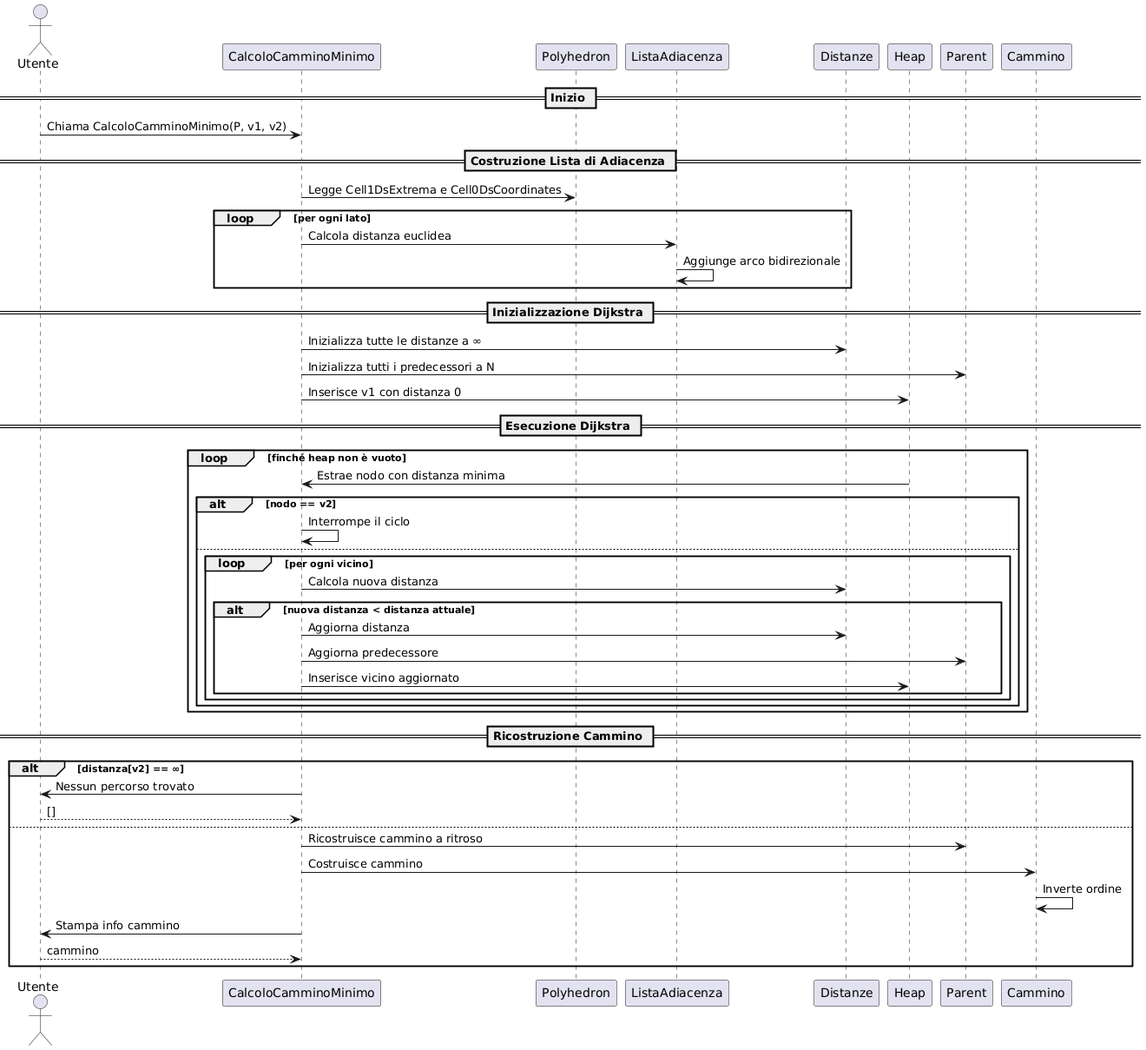
Above: Documentazione/CalcoloCamminoMinimo_sequence_diagram.png in Simona-sq/ProgettoPCS2025 (PlantUML), before the change.
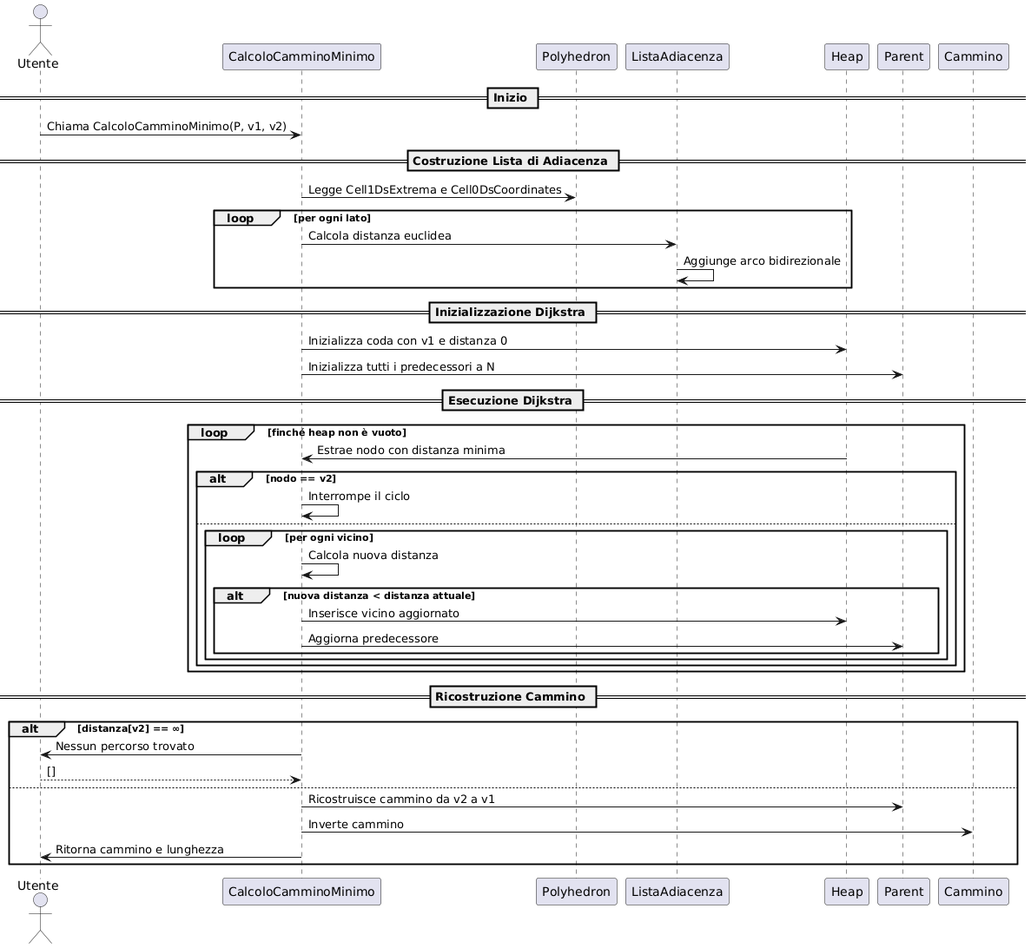
Later version of the same file.

Diff of the diagram source:
```diff
@@ -3,7 +3,6 @@
 participant "CalcoloCamminoMinimo" as CCM
 participant "Polyhedron" as P
 participant "ListaAdiacenza"
-participant "Distanze"
 participant "Heap"
 participant "Parent"
 participant "Cammino"
@@ -19,9 +18,8 @@
 end
 
 == Inizializzazione Dijkstra ==
-CCM -> Distanze : Inizializza tutte le distanze a ∞
+CCM -> Heap : Inizializza coda con v1 e distanza 0
 CCM -> Parent : Inizializza tutti i predecessori a N
-CCM -> Heap : Inserisce v1 con distanza 0
 
 == Esecuzione Dijkstra ==
 loop finché heap non è vuoto
@@ -31,11 +29,10 @@
         CCM -> CCM : Interrompe il ciclo
     else
         loop per ogni vicino
-            CCM -> Distanze : Calcola nuova distanza
+            CCM -> CCM : Calcola nuova distanza
             alt nuova distanza < distanza attuale
-                CCM -> Distanze : Aggiorna distanza
+                CCM -> Heap : Inserisce vicino aggiornato
                 CCM -> Parent : Aggiorna predecessore
-                CCM -> Heap : Inserisce vicino aggiornato
             end
         end
     end
@@ -46,10 +43,8 @@
     CCM -> User : Nessun percorso trovato
     return []
 else
-    CCM -> Parent : Ricostruisce cammino a ritroso
-    CCM -> Cammino : Costruisce cammino
-    Cammino -> Cammino : Inverte ordine
-    CCM -> User : Stampa info cammino
-    return cammino
+    CCM -> Parent : Ricostruisce cammino da v2 a v1
+    CCM -> Cammino : Inverte cammino
+    CCM -> User : Ritorna cammino e lunghezza
 end
 @enduml
```
